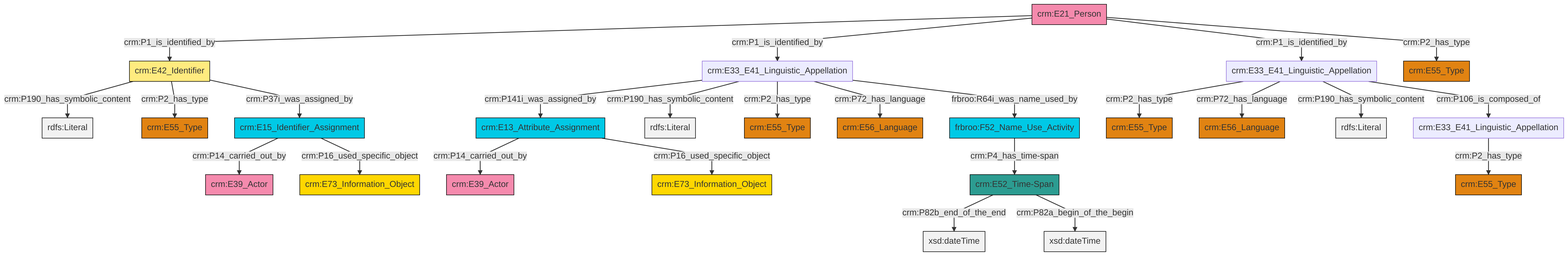
swiss-art-research-net/reference-data-models keeps this Mermaid diagram as et/personCSV/ttl/mmd/png/Person_Names_and_Classification.png. Above is the earlier version. Its source is kept beside it as et/personCSV/ttl/mmd/Person_Names_and_Classification.ttl.mmd. Source of this version:
```mermaid
graph TD
classDef Literal fill:#f2f2f2,stroke:#000000;
classDef CRM_Entity fill:#FFFFFF,stroke:#000000;
classDef Temporal_Entity fill:#00C9E6, stroke:#000000;
classDef Type fill:#E18312, stroke:#000000;
classDef Time-Span fill:#2C9C91, stroke:#000000;
classDef Appellation fill:#FFEB7F, stroke:#000000;
classDef Place fill:#008836, stroke:#000000;
classDef Persistent_Item fill:#B266B2, stroke:#000000;
classDef Conceptual_Object fill:#FFD700, stroke:#000000;
classDef Physical_Thing fill:#D2B48C, stroke:#000000;
classDef Actor fill:#f58aad, stroke:#000000;
classDef PC_Classes fill:#4ce600, stroke:#000000;
classDef Multi fill:#cccccc,stroke:#000000;

0["crm:E33_E41_Linguistic_Appellation"]:::Default -->|crm:P141i_was_assigned_by| 1["crm:E13_Attribute_Assignment"]:::Temporal_Entity
4["crm:E21_Person"]:::Actor -->|crm:P1_is_identified_by| 5["crm:E42_Identifier"]:::Appellation
15["crm:E15_Identifier_Assignment"]:::Temporal_Entity -->|crm:P14_carried_out_by| 17["crm:E39_Actor"]:::Actor
15["crm:E15_Identifier_Assignment"]:::Temporal_Entity -->|crm:P16_used_specific_object| 9["crm:E73_Information_Object"]:::Conceptual_Object
0["crm:E33_E41_Linguistic_Appellation"]:::Default -->|crm:P190_has_symbolic_content| 18[rdfs:Literal]:::Literal
4["crm:E21_Person"]:::Actor -->|crm:P1_is_identified_by| 0["crm:E33_E41_Linguistic_Appellation"]:::Default
0["crm:E33_E41_Linguistic_Appellation"]:::Default -->|crm:P2_has_type| 22["crm:E55_Type"]:::Type
23["crm:E33_E41_Linguistic_Appellation"]:::Default -->|crm:P2_has_type| 19["crm:E55_Type"]:::Type
5["crm:E42_Identifier"]:::Appellation -->|crm:P190_has_symbolic_content| 30[rdfs:Literal]:::Literal
4["crm:E21_Person"]:::Actor -->|crm:P1_is_identified_by| 23["crm:E33_E41_Linguistic_Appellation"]:::Default
23["crm:E33_E41_Linguistic_Appellation"]:::Default -->|crm:P72_has_language| 24["crm:E56_Language"]:::Type
0["crm:E33_E41_Linguistic_Appellation"]:::Default -->|crm:P72_has_language| 34["crm:E56_Language"]:::Type
5["crm:E42_Identifier"]:::Appellation -->|crm:P2_has_type| 35["crm:E55_Type"]:::Type
5["crm:E42_Identifier"]:::Appellation -->|crm:P37i_was_assigned_by| 15["crm:E15_Identifier_Assignment"]:::Temporal_Entity
13["frbroo:F52_Name_Use_Activity"]:::Temporal_Entity -->|crm:P4_has_time-span| 11["crm:E52_Time-Span"]:::Time-Span
0["crm:E33_E41_Linguistic_Appellation"]:::Default -->|frbroo:R64i_was_name_used_by| 13["frbroo:F52_Name_Use_Activity"]:::Temporal_Entity
11["crm:E52_Time-Span"]:::Time-Span -->|crm:P82b_end_of_the_end| 39[xsd:dateTime]:::Literal
1["crm:E13_Attribute_Assignment"]:::Temporal_Entity -->|crm:P14_carried_out_by| 26["crm:E39_Actor"]:::Actor
4["crm:E21_Person"]:::Actor -->|crm:P2_has_type| 28["crm:E55_Type"]:::Type
11["crm:E52_Time-Span"]:::Time-Span -->|crm:P82a_begin_of_the_begin| 40[xsd:dateTime]:::Literal
1["crm:E13_Attribute_Assignment"]:::Temporal_Entity -->|crm:P16_used_specific_object| 2["crm:E73_Information_Object"]:::Conceptual_Object
23["crm:E33_E41_Linguistic_Appellation"]:::Default -->|crm:P190_has_symbolic_content| 42[rdfs:Literal]:::Literal
32["crm:E33_E41_Linguistic_Appellation"]:::Default -->|crm:P2_has_type| 6["crm:E55_Type"]:::Type
23["crm:E33_E41_Linguistic_Appellation"]:::Default -->|crm:P106_is_composed_of| 32["crm:E33_E41_Linguistic_Appellation"]:::Default
```
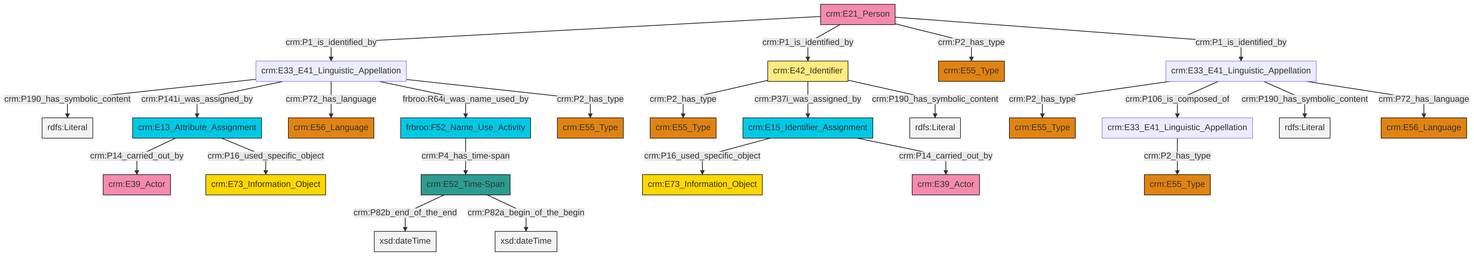
After the commit.

Change to the diagram source:
```diff
@@ -13,27 +13,27 @@
 classDef PC_Classes fill:#4ce600, stroke:#000000;
 classDef Multi fill:#cccccc,stroke:#000000;
 
-0["crm:E33_E41_Linguistic_Appellation"]:::Default -->|crm:P141i_was_assigned_by| 1["crm:E13_Attribute_Assignment"]:::Temporal_Entity
-4["crm:E21_Person"]:::Actor -->|crm:P1_is_identified_by| 5["crm:E42_Identifier"]:::Appellation
-15["crm:E15_Identifier_Assignment"]:::Temporal_Entity -->|crm:P14_carried_out_by| 17["crm:E39_Actor"]:::Actor
-15["crm:E15_Identifier_Assignment"]:::Temporal_Entity -->|crm:P16_used_specific_object| 9["crm:E73_Information_Object"]:::Conceptual_Object
-0["crm:E33_E41_Linguistic_Appellation"]:::Default -->|crm:P190_has_symbolic_content| 18[rdfs:Literal]:::Literal
-4["crm:E21_Person"]:::Actor -->|crm:P1_is_identified_by| 0["crm:E33_E41_Linguistic_Appellation"]:::Default
-0["crm:E33_E41_Linguistic_Appellation"]:::Default -->|crm:P2_has_type| 22["crm:E55_Type"]:::Type
-23["crm:E33_E41_Linguistic_Appellation"]:::Default -->|crm:P2_has_type| 19["crm:E55_Type"]:::Type
-5["crm:E42_Identifier"]:::Appellation -->|crm:P190_has_symbolic_content| 30[rdfs:Literal]:::Literal
-4["crm:E21_Person"]:::Actor -->|crm:P1_is_identified_by| 23["crm:E33_E41_Linguistic_Appellation"]:::Default
-23["crm:E33_E41_Linguistic_Appellation"]:::Default -->|crm:P72_has_language| 24["crm:E56_Language"]:::Type
-0["crm:E33_E41_Linguistic_Appellation"]:::Default -->|crm:P72_has_language| 34["crm:E56_Language"]:::Type
-5["crm:E42_Identifier"]:::Appellation -->|crm:P2_has_type| 35["crm:E55_Type"]:::Type
-5["crm:E42_Identifier"]:::Appellation -->|crm:P37i_was_assigned_by| 15["crm:E15_Identifier_Assignment"]:::Temporal_Entity
-13["frbroo:F52_Name_Use_Activity"]:::Temporal_Entity -->|crm:P4_has_time-span| 11["crm:E52_Time-Span"]:::Time-Span
-0["crm:E33_E41_Linguistic_Appellation"]:::Default -->|frbroo:R64i_was_name_used_by| 13["frbroo:F52_Name_Use_Activity"]:::Temporal_Entity
-11["crm:E52_Time-Span"]:::Time-Span -->|crm:P82b_end_of_the_end| 39[xsd:dateTime]:::Literal
-1["crm:E13_Attribute_Assignment"]:::Temporal_Entity -->|crm:P14_carried_out_by| 26["crm:E39_Actor"]:::Actor
-4["crm:E21_Person"]:::Actor -->|crm:P2_has_type| 28["crm:E55_Type"]:::Type
-11["crm:E52_Time-Span"]:::Time-Span -->|crm:P82a_begin_of_the_begin| 40[xsd:dateTime]:::Literal
-1["crm:E13_Attribute_Assignment"]:::Temporal_Entity -->|crm:P16_used_specific_object| 2["crm:E73_Information_Object"]:::Conceptual_Object
-23["crm:E33_E41_Linguistic_Appellation"]:::Default -->|crm:P190_has_symbolic_content| 42[rdfs:Literal]:::Literal
-32["crm:E33_E41_Linguistic_Appellation"]:::Default -->|crm:P2_has_type| 6["crm:E55_Type"]:::Type
-23["crm:E33_E41_Linguistic_Appellation"]:::Default -->|crm:P106_is_composed_of| 32["crm:E33_E41_Linguistic_Appellation"]:::Default
+0["crm:E33_E41_Linguistic_Appellation"]:::Default -->|crm:P2_has_type| 1["crm:E55_Type"]:::Type
+0["crm:E33_E41_Linguistic_Appellation"]:::Default -->|crm:P106_is_composed_of| 2["crm:E33_E41_Linguistic_Appellation"]:::Default
+7["frbroo:F52_Name_Use_Activity"]:::Temporal_Entity -->|crm:P4_has_time-span| 8["crm:E52_Time-Span"]:::Time-Span
+13["crm:E42_Identifier"]:::Appellation -->|crm:P2_has_type| 11["crm:E55_Type"]:::Type
+22["crm:E21_Person"]:::Actor -->|crm:P1_is_identified_by| 9["crm:E33_E41_Linguistic_Appellation"]:::Default
+22["crm:E21_Person"]:::Actor -->|crm:P1_is_identified_by| 13["crm:E42_Identifier"]:::Appellation
+16["crm:E13_Attribute_Assignment"]:::Temporal_Entity -->|crm:P14_carried_out_by| 23["crm:E39_Actor"]:::Actor
+2["crm:E33_E41_Linguistic_Appellation"]:::Default -->|crm:P2_has_type| 24["crm:E55_Type"]:::Type
+9["crm:E33_E41_Linguistic_Appellation"]:::Default -->|crm:P190_has_symbolic_content| 25[rdfs:Literal]:::Literal
+22["crm:E21_Person"]:::Actor -->|crm:P2_has_type| 28["crm:E55_Type"]:::Type
+8["crm:E52_Time-Span"]:::Time-Span -->|crm:P82b_end_of_the_end| 29[xsd:dateTime]:::Literal
+22["crm:E21_Person"]:::Actor -->|crm:P1_is_identified_by| 0["crm:E33_E41_Linguistic_Appellation"]:::Default
+9["crm:E33_E41_Linguistic_Appellation"]:::Default -->|crm:P141i_was_assigned_by| 16["crm:E13_Attribute_Assignment"]:::Temporal_Entity
+13["crm:E42_Identifier"]:::Appellation -->|crm:P37i_was_assigned_by| 34["crm:E15_Identifier_Assignment"]:::Temporal_Entity
+9["crm:E33_E41_Linguistic_Appellation"]:::Default -->|crm:P72_has_language| 30["crm:E56_Language"]:::Type
+13["crm:E42_Identifier"]:::Appellation -->|crm:P190_has_symbolic_content| 36[rdfs:Literal]:::Literal
+0["crm:E33_E41_Linguistic_Appellation"]:::Default -->|crm:P190_has_symbolic_content| 37[rdfs:Literal]:::Literal
+9["crm:E33_E41_Linguistic_Appellation"]:::Default -->|frbroo:R64i_was_name_used_by| 7["frbroo:F52_Name_Use_Activity"]:::Temporal_Entity
+8["crm:E52_Time-Span"]:::Time-Span -->|crm:P82a_begin_of_the_begin| 38[xsd:dateTime]:::Literal
+34["crm:E15_Identifier_Assignment"]:::Temporal_Entity -->|crm:P16_used_specific_object| 18["crm:E73_Information_Object"]:::Conceptual_Object
+34["crm:E15_Identifier_Assignment"]:::Temporal_Entity -->|crm:P14_carried_out_by| 14["crm:E39_Actor"]:::Actor
+9["crm:E33_E41_Linguistic_Appellation"]:::Default -->|crm:P2_has_type| 39["crm:E55_Type"]:::Type
+16["crm:E13_Attribute_Assignment"]:::Temporal_Entity -->|crm:P16_used_specific_object| 4["crm:E73_Information_Object"]:::Conceptual_Object
+0["crm:E33_E41_Linguistic_Appellation"]:::Default -->|crm:P72_has_language| 44["crm:E56_Language"]:::Type
```
